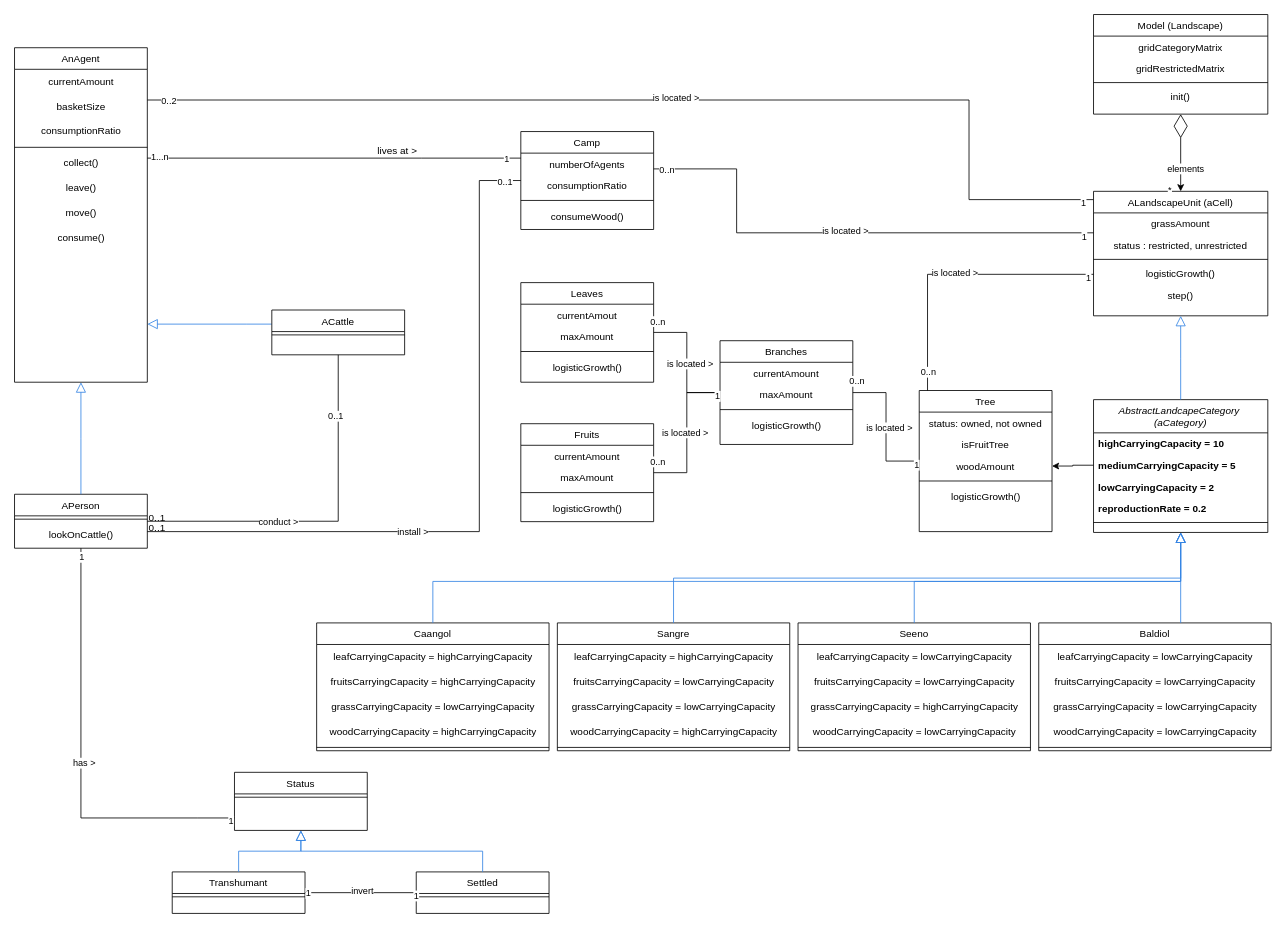
This is page "Dundi-iteration1" (2 of 6) of DundiV0.drawio from panchovdl/DundiModel, a draw.io file, before an edit. Source tidied: cells renumbered, new cells numbered last; positions are measured from the earlier drawing's top-left corner, leaving out a move shared by most shapes. Both pictures are drawn from the tidied source at 83%, with x=0, y=0 at pixel (14, 14).
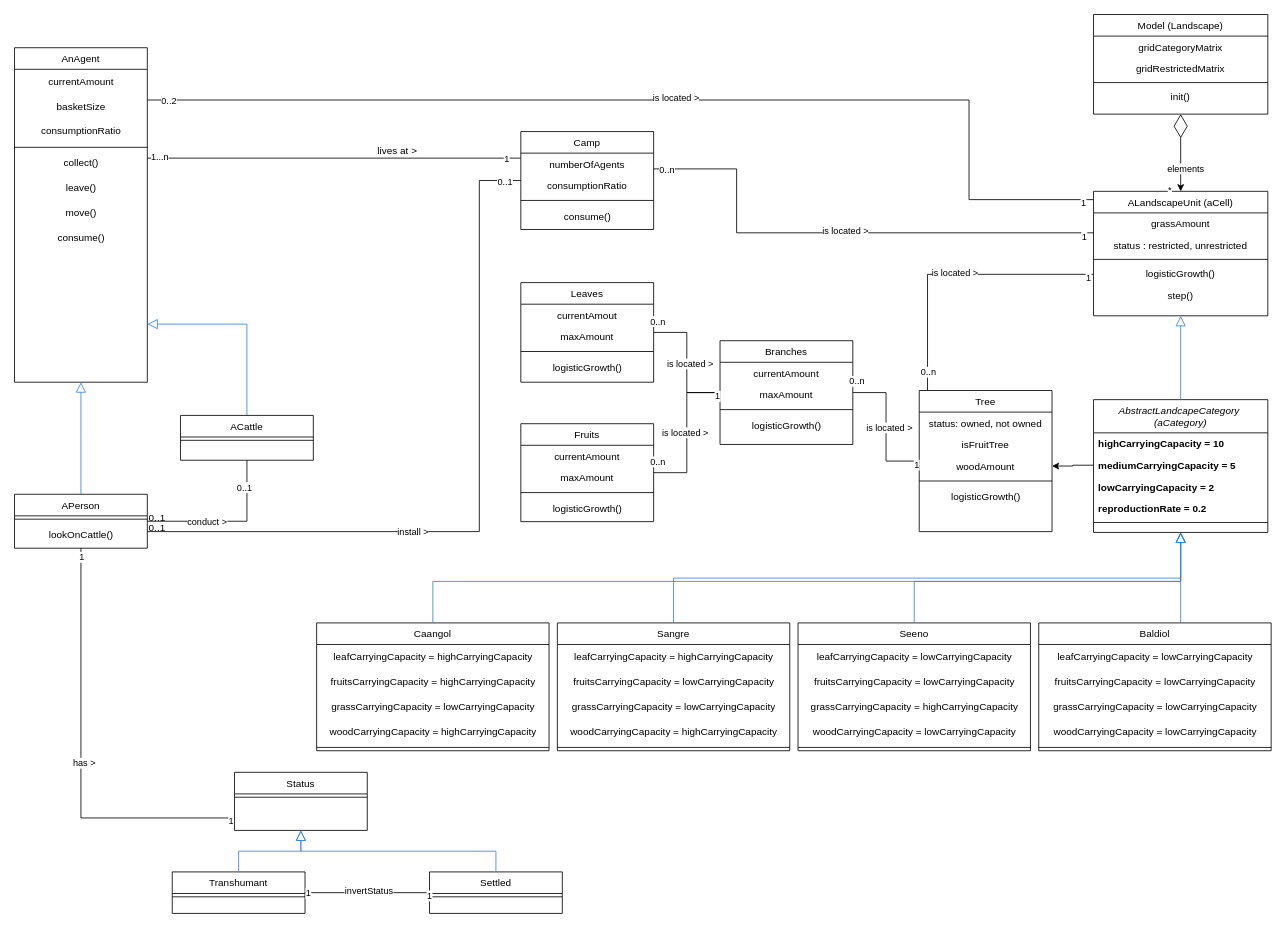
The same diagram, later.

Commit message:
Mettre à jour DundiV0.drawio

The change refers to these unchanged cells:
```xml
<mxCell id="11" value="Camp" style="swimlane;fontStyle=0;align=center;verticalAlign=top;horizontal=1;startSize=26;rounded=0;shadow=0;strokeWidth=1;" parent="1" vertex="1">
  <mxGeometry x="610" y="141" width="160" height="118" as="geometry" />
</mxCell>
<mxCell id="100" style="endArrow=none;html=1;rounded=0;edgeStyle=orthogonalEdgeStyle;" parent="1" edge="1" source="30" target="32">
  <mxGeometry relative="1" as="geometry" />
</mxCell>
```

Diff of the diagram source:
```diff
@@
-    <mxCell id="15" value="&lt;div&gt;consumeWood()&lt;/div&gt;" style="text;html=1;align=center;verticalAlign=middle;strokeColor=none;fillColor=none;" parent="11" vertex="1">
+    <mxCell id="15" value="&lt;div&gt;consume()&lt;/div&gt;" style="text;html=1;align=center;verticalAlign=middle;strokeColor=none;fillColor=none;" parent="11" vertex="1">
       <mxGeometry y="88" width="160" height="30" as="geometry" />
     </mxCell>
@@
     <mxCell id="32" value="Settled" style="swimlane;fontStyle=0;align=center;verticalAlign=top;horizontal=1;startSize=26;rounded=0;shadow=0;strokeWidth=1;" parent="1" vertex="1">
-      <mxGeometry x="484" y="1033" width="160" height="50" as="geometry" />
+      <mxGeometry x="500" y="1033" width="160" height="50" as="geometry" />
     </mxCell>
@@
     <mxCell id="45" value="ACattle" style="swimlane;fontStyle=0;align=center;verticalAlign=top;horizontal=1;startSize=26;rounded=0;shadow=0;strokeWidth=1;" parent="1" vertex="1">
-      <mxGeometry x="310" y="356" width="160" height="54" as="geometry" />
+      <mxGeometry x="200" y="483" width="160" height="54" as="geometry" />
     </mxCell>
@@
-    <mxCell id="101" value="invert" style="edgeLabel;html=1;align=center;verticalAlign=middle;" parent="100" vertex="1">
+    <mxCell id="101" value="invertStatus" style="edgeLabel;html=1;align=center;verticalAlign=middle;" parent="100" vertex="1">
       <mxGeometry x="0.01" y="3" relative="1" as="geometry" />
     </mxCell>
```
